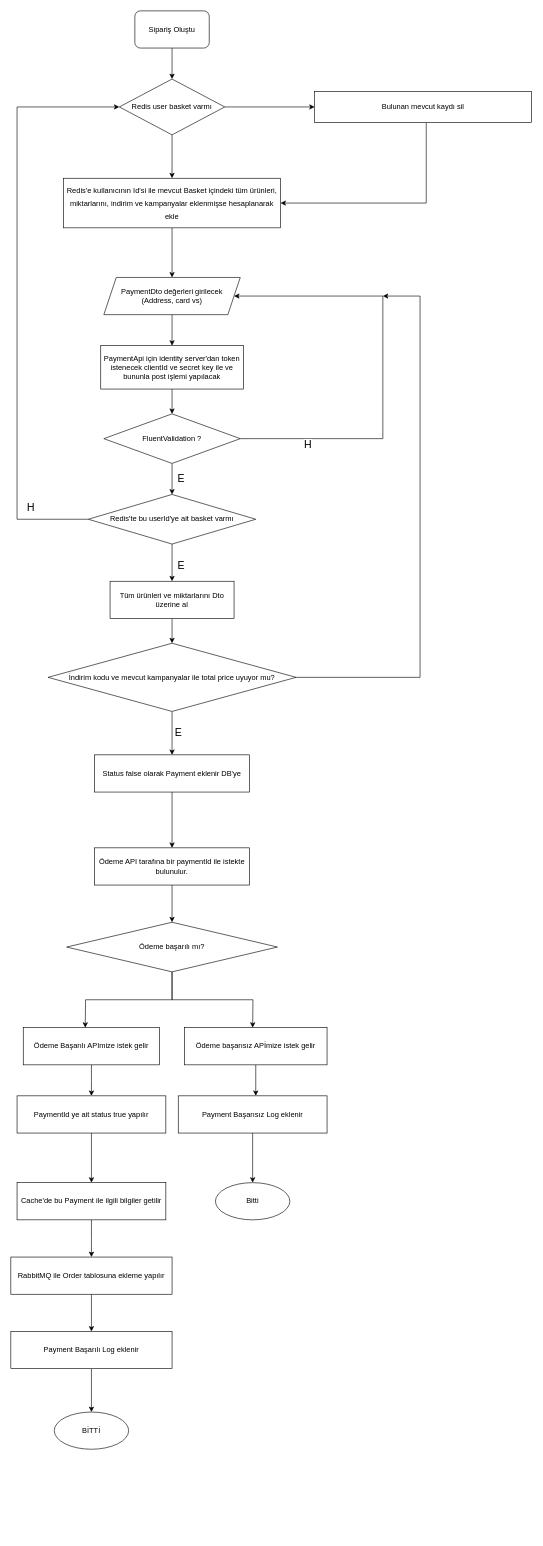
Before: FlowCharts/Payment.drawio in serhatayata/ECProject-Microservices, a draw.io diagram. Source tidied: cells renumbered, new cells numbered last; positions are measured from the earlier drawing's top-left corner, leaving out a move shared by most shapes. Both pictures are drawn from the tidied source at 62%, with x=0, y=0 at pixel (11, 11).
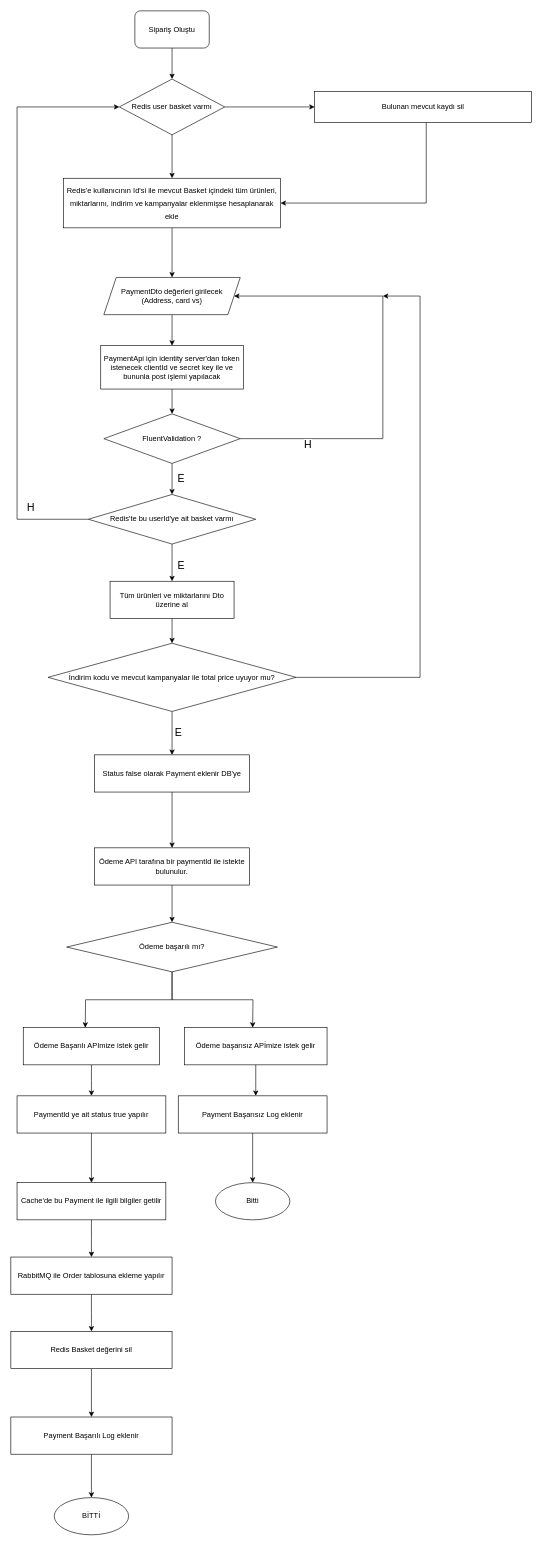
Above is the later version.

The change refers to these unchanged cells:
```xml
<mxCell id="51" value="RabbitMQ ile Order tablosuna ekleme yapılır" style="whiteSpace=wrap;html=1;rounded=0;" parent="1" vertex="1">
  <mxGeometry y="2010" width="260" height="60" as="geometry" />
</mxCell>
```

Diff of the diagram source:
```diff
@@
     <mxCell id="42" value="Payment Başarılı Log eklenir" style="whiteSpace=wrap;html=1;rounded=0;" parent="1" vertex="1">
-      <mxGeometry y="2130" width="260" height="60" as="geometry" />
+      <mxGeometry y="2268" width="260" height="60" as="geometry" />
     </mxCell>
     <mxCell id="43" value="BİTTİ" style="ellipse;whiteSpace=wrap;html=1;rounded=0;" parent="1" vertex="1">
-      <mxGeometry x="70" y="2260" width="120" height="60" as="geometry" />
+      <mxGeometry x="70" y="2398" width="120" height="60" as="geometry" />
     </mxCell>
@@
-    <mxCell id="50" style="edgeStyle=orthogonalEdgeStyle;rounded=0;jettySize=auto;html=1;" parent="1" edge="1" source="51" target="42">
-      <mxGeometry relative="1" as="geometry" />
+    <mxCell id="50" style="edgeStyle=orthogonalEdgeStyle;rounded=0;jettySize=auto;html=1;" parent="1" edge="1" source="51">
+      <mxGeometry relative="1" as="geometry">
+        <mxPoint x="130" y="2130" as="targetPoint" />
+      </mxGeometry>
     </mxCell>
@@
+    <mxCell id="53" style="edgeStyle=orthogonalEdgeStyle;rounded=0;jettySize=auto;html=1;" parent="1" edge="1" source="54" target="42">
+      <mxGeometry relative="1" as="geometry" />
+    </mxCell>
+    <mxCell id="54" value="Redis Basket değerini sil" style="whiteSpace=wrap;html=1;rounded=0;" parent="1" vertex="1">
+      <mxGeometry y="2130" width="260" height="60" as="geometry" />
+    </mxCell>
```
